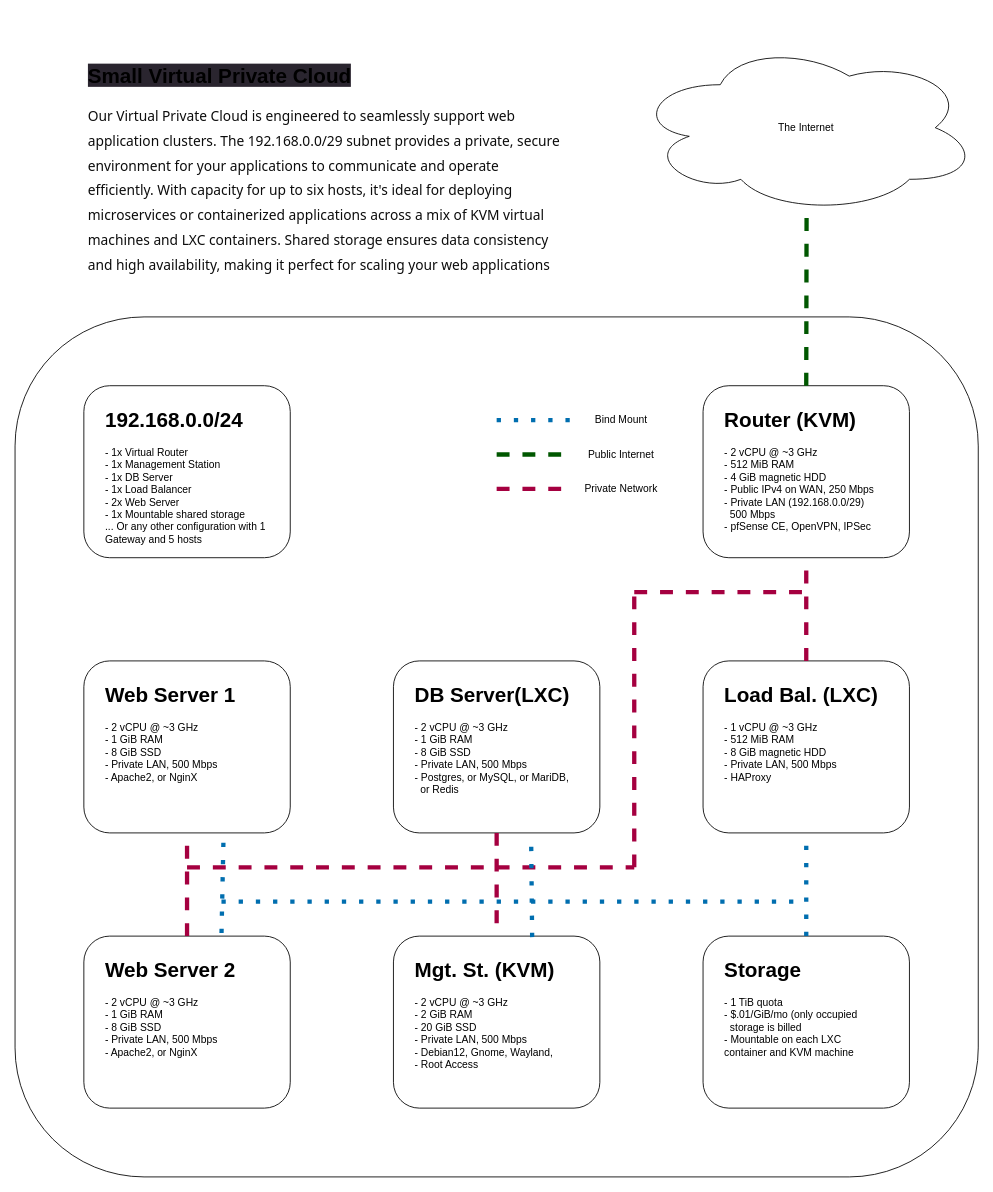
Before: SlashTwoNiner.drawio in tomcatcher/products, a draw.io diagram. Source tidied: cells renumbered, new cells numbered last; positions are measured from the earlier drawing's top-left corner, leaving out a move shared by most shapes. Both pictures are drawn from the tidied source at 86%, with x=0, y=0 at pixel (15, 41).
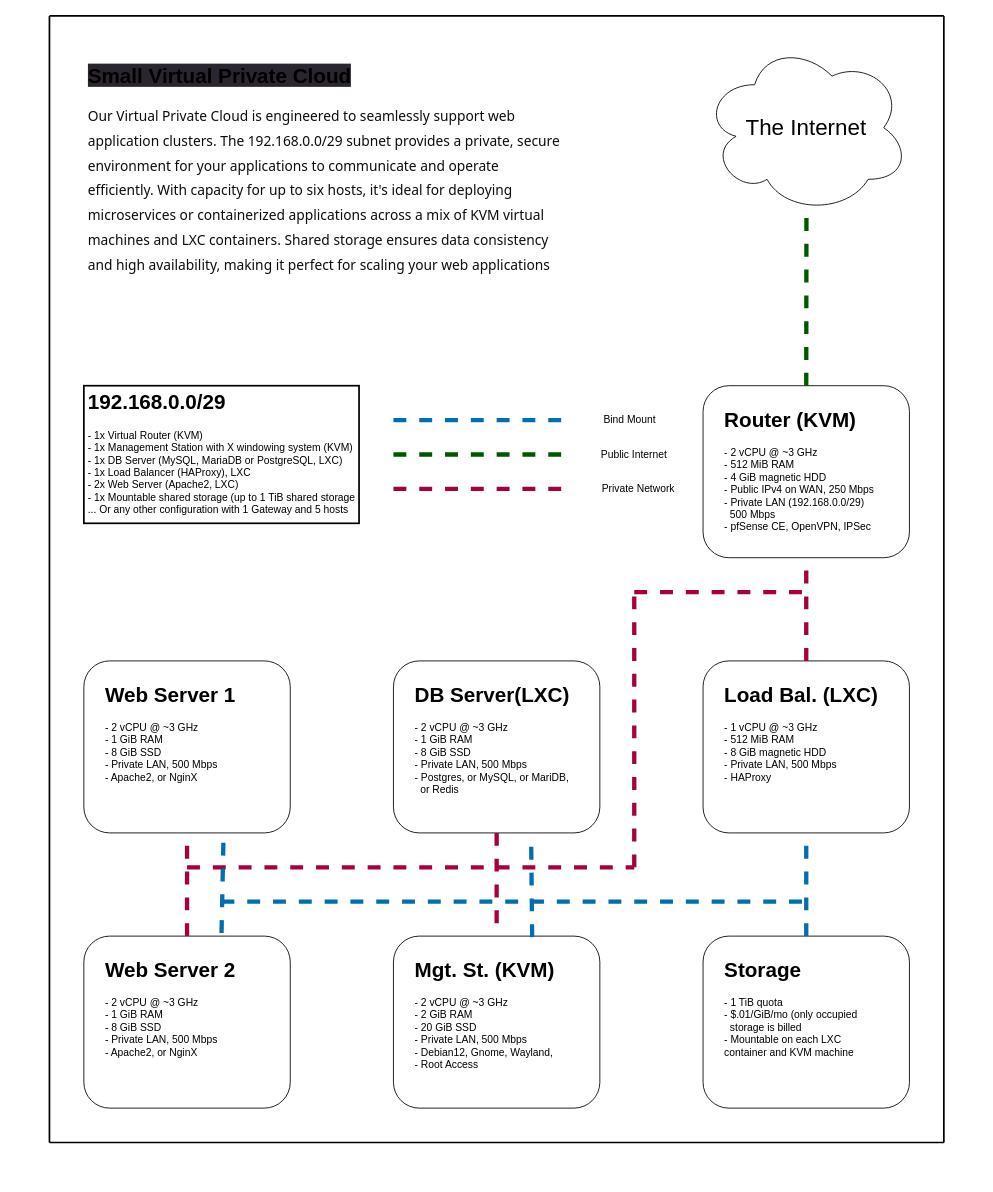
Above is the later version.

Unchanged cells that the change refers to:
```xml
<mxCell id="4" style="rounded=1;whiteSpace=wrap;html=1;" parent="1" vertex="1">
  <mxGeometry x="440" y="720" width="240" height="200" as="geometry" />
</mxCell>
<mxCell id="6" style="rounded=1;whiteSpace=wrap;html=1;" parent="1" vertex="1">
  <mxGeometry x="440" y="1040" width="240" height="200" as="geometry" />
</mxCell>
<mxCell id="8" style="rounded=1;whiteSpace=wrap;html=1;" parent="1" vertex="1">
  <mxGeometry x="80" y="1040" width="240" height="200" as="geometry" />
</mxCell>
<mxCell id="10" style="rounded=1;whiteSpace=wrap;html=1;" parent="1" vertex="1">
  <mxGeometry x="800" y="1040" width="240" height="200" as="geometry" />
</mxCell>
<mxCell id="12" style="rounded=1;whiteSpace=wrap;html=1;" parent="1" vertex="1">
  <mxGeometry x="80" y="720" width="240" height="200" as="geometry" />
</mxCell>
<mxCell id="14" style="rounded=1;whiteSpace=wrap;html=1;" parent="1" vertex="1">
  <mxGeometry x="800" y="720" width="240" height="200" as="geometry" />
</mxCell>
```

The edit, as a diff of the source:
```diff
@@
-    <mxCell id="2" style="rounded=1;whiteSpace=wrap;html=1;fillColor=none;" parent="1" vertex="1">
-      <mxGeometry y="320" width="1120" height="1000" as="geometry" />
-    </mxCell>
@@
-    <mxCell id="18" style="rounded=1;whiteSpace=wrap;html=1;" parent="1" vertex="1">
-      <mxGeometry x="80" y="400" width="240" height="200" as="geometry" />
-    </mxCell>
-    <mxCell id="19" value="&lt;h1&gt;192.168.0.0/24&lt;/h1&gt;&lt;p&gt;- 1x Virtual Router&lt;br&gt;- 1x Management Station&lt;br&gt;- 1x DB Server&lt;br&gt;- 1x Load Balancer&lt;br&gt;- 2x Web Server&lt;br&gt;- 1x Mountable shared storage&lt;br&gt;&lt;span style=&quot;background-color: initial;&quot;&gt;... Or any other configuration with 1 Gateway and 5 hosts&lt;/span&gt;&lt;/p&gt;" style="text;html=1;strokeColor=none;fillColor=none;spacing=5;spacingTop=-20;whiteSpace=wrap;overflow=hidden;rounded=0;" parent="1" vertex="1">
-      <mxGeometry x="100" y="420" width="200" height="170" as="geometry" />
+    <mxCell id="19" value="&lt;h1&gt;192.168.0.0/29&lt;/h1&gt;&lt;p&gt;- 1x Virtual Router (KVM)&lt;br&gt;- 1x Management Station with X windowing system (KVM)&lt;br&gt;- 1x DB Server (MySQL, MariaDB or PostgreSQL, LXC)&lt;br&gt;- 1x Load Balancer (HAProxy), LXC&lt;br&gt;- 2x Web Server (Apache2, LXC)&lt;br&gt;- 1x Mountable shared storage (up to 1 TiB shared storage&lt;br&gt;&lt;span style=&quot;background-color: initial;&quot;&gt;... Or any other configuration with 1 Gateway and 5 hosts&lt;br&gt;&lt;br&gt;&lt;br&gt;&lt;/span&gt;&lt;/p&gt;" style="text;html=1;strokeColor=default;fillColor=none;spacing=5;spacingTop=-20;whiteSpace=wrap;overflow=hidden;rounded=0;glass=0;shadow=0;strokeWidth=2;perimeterSpacing=0;labelPadding=0;noLabel=0;comic=0;" parent="1" vertex="1">
+      <mxGeometry x="80" y="400" width="320" height="160" as="geometry" />
     </mxCell>
-    <mxCell id="20" value="The Internet" style="ellipse;shape=cloud;whiteSpace=wrap;html=1;fillColor=none;" parent="1" vertex="1">
-      <mxGeometry x="720" width="400" height="200" as="geometry" />
+    <mxCell id="20" value="The Internet" style="ellipse;shape=cloud;whiteSpace=wrap;html=1;fillColor=none;fontSize=26;" parent="1" vertex="1">
+      <mxGeometry x="800" width="240" height="200" as="geometry" />
     </mxCell>
@@
-    <mxCell id="28" style="endArrow=none;dashed=1;html=1;dashPattern=1 3;strokeWidth=5;entryX=0.5;entryY=1;entryDx=0;entryDy=0;exitX=0.5;exitY=0;exitDx=0;exitDy=0;fillColor=#1ba1e2;strokeColor=#006EAF;" parent="1" edge="1" source="10" target="14">
+    <mxCell id="28" style="endArrow=none;dashed=1;html=1;strokeWidth=5;entryX=0.5;entryY=1;entryDx=0;entryDy=0;exitX=0.5;exitY=0;exitDx=0;exitDy=0;fillColor=#1ba1e2;strokeColor=#006EAF;" parent="1" edge="1" source="10" target="14">
       <mxGeometry relative="1" as="geometry" />
     </mxCell>
-    <mxCell id="29" style="endArrow=none;dashed=1;html=1;dashPattern=1 3;strokeWidth=5;fillColor=#1ba1e2;strokeColor=#006EAF;" parent="1" edge="1">
+    <mxCell id="29" style="endArrow=none;dashed=1;html=1;strokeWidth=5;fillColor=#1ba1e2;strokeColor=#006EAF;" parent="1" edge="1">
       <mxGeometry relative="1" as="geometry">
         <mxPoint x="240" y="1000" as="sourcePoint" />
         <mxPoint x="920" y="1000" as="targetPoint" />
       </mxGeometry>
     </mxCell>
-    <mxCell id="30" style="endArrow=none;dashed=1;html=1;dashPattern=1 3;strokeWidth=5;entryX=0.667;entryY=1.018;entryDx=0;entryDy=0;entryPerimeter=0;fillColor=#1ba1e2;strokeColor=#006EAF;exitX=0.672;exitY=0.006;exitDx=0;exitDy=0;exitPerimeter=0;" parent="1" edge="1" source="6" target="4">
+    <mxCell id="30" style="endArrow=none;dashed=1;html=1;strokeWidth=5;entryX=0.667;entryY=1.018;entryDx=0;entryDy=0;entryPerimeter=0;fillColor=#1ba1e2;strokeColor=#006EAF;exitX=0.672;exitY=0.006;exitDx=0;exitDy=0;exitPerimeter=0;" parent="1" edge="1" source="6" target="4">
       <mxGeometry relative="1" as="geometry" />
     </mxCell>
-    <mxCell id="31" style="endArrow=none;dashed=1;html=1;dashPattern=1 3;strokeWidth=5;exitX=0.667;exitY=-0.018;exitDx=0;exitDy=0;exitPerimeter=0;entryX=0.677;entryY=1.006;entryDx=0;entryDy=0;entryPerimeter=0;fillColor=#1ba1e2;strokeColor=#006EAF;" parent="1" edge="1" source="8" target="12">
+    <mxCell id="31" style="endArrow=none;dashed=1;html=1;strokeWidth=5;exitX=0.667;exitY=-0.018;exitDx=0;exitDy=0;exitPerimeter=0;entryX=0.677;entryY=1.006;entryDx=0;entryDy=0;entryPerimeter=0;fillColor=#1ba1e2;strokeColor=#006EAF;" parent="1" edge="1" source="8" target="12">
       <mxGeometry relative="1" as="geometry" />
     </mxCell>
-    <mxCell id="32" style="endArrow=none;dashed=1;html=1;fillColor=#d80073;strokeColor=#A50040;strokeWidth=5;" parent="1" edge="1" target="34">
+    <mxCell id="32" style="endArrow=none;dashed=1;html=1;fillColor=#d80073;strokeColor=#A50040;strokeWidth=5;" parent="1" edge="1">
       <mxGeometry relative="1" as="geometry">
-        <mxPoint x="560" y="520" as="sourcePoint" />
+        <mxPoint x="440" y="520" as="sourcePoint" />
+        <mxPoint x="640" y="520" as="targetPoint" />
       </mxGeometry>
     </mxCell>
-    <mxCell id="33" style="endArrow=none;dashed=1;html=1;fillColor=#008a00;strokeColor=#005700;strokeWidth=5;" parent="1" edge="1" target="35">
+    <mxCell id="33" style="endArrow=none;dashed=1;html=1;fillColor=#008a00;strokeColor=#005700;strokeWidth=5;" parent="1" edge="1">
       <mxGeometry relative="1" as="geometry">
-        <mxPoint x="560" y="480" as="sourcePoint" />
+        <mxPoint x="440" y="480" as="sourcePoint" />
+        <mxPoint x="640" y="480" as="targetPoint" />
       </mxGeometry>
     </mxCell>
     <mxCell id="34" value="Private Network" style="text;html=1;strokeColor=none;fillColor=none;align=center;verticalAlign=middle;whiteSpace=wrap;rounded=0;" parent="1" vertex="1">
-      <mxGeometry x="650" y="505" width="110" height="30" as="geometry" />
+      <mxGeometry x="680" y="510" width="90" height="20" as="geometry" />
     </mxCell>
     <mxCell id="35" value="Public Internet" style="text;html=1;strokeColor=none;fillColor=none;align=center;verticalAlign=middle;whiteSpace=wrap;rounded=0;" parent="1" vertex="1">
-      <mxGeometry x="650" y="465" width="110" height="30" as="geometry" />
+      <mxGeometry x="680" y="470" width="80" height="20" as="geometry" />
     </mxCell>
     <mxCell id="36" value="Bind Mount" style="text;html=1;strokeColor=none;fillColor=none;align=center;verticalAlign=middle;whiteSpace=wrap;rounded=0;" parent="1" vertex="1">
-      <mxGeometry x="650" y="425" width="110" height="30" as="geometry" />
+      <mxGeometry x="680" y="430" width="70" height="20" as="geometry" />
     </mxCell>
-    <mxCell id="37" style="endArrow=none;dashed=1;html=1;dashPattern=1 3;strokeWidth=5;entryX=0.5;entryY=1;entryDx=0;entryDy=0;fillColor=#1ba1e2;strokeColor=#006EAF;" parent="1" edge="1">
+    <mxCell id="37" style="endArrow=none;dashed=1;html=1;strokeWidth=5;fillColor=#1ba1e2;strokeColor=#006EAF;" parent="1" edge="1">
       <mxGeometry relative="1" as="geometry">
-        <mxPoint x="560" y="440" as="sourcePoint" />
-        <mxPoint x="649.7" y="440" as="targetPoint" />
+        <mxPoint x="440" y="440" as="sourcePoint" />
+        <mxPoint x="640" y="440" as="targetPoint" />
       </mxGeometry>
     </mxCell>
+    <mxCell id="38" style="endArrow=none;html=1;strokeWidth=2;" parent="1" edge="1">
+      <mxGeometry relative="1" as="geometry">
+        <mxPoint x="40" y="-30" as="sourcePoint" />
+        <mxPoint x="1080" y="-30" as="targetPoint" />
+      </mxGeometry>
+    </mxCell>
+    <mxCell id="39" style="endArrow=none;html=1;strokeWidth=2;" parent="1" edge="1">
+      <mxGeometry relative="1" as="geometry">
+        <mxPoint x="40" y="1280" as="sourcePoint" />
+        <mxPoint x="40" y="-30" as="targetPoint" />
+      </mxGeometry>
+    </mxCell>
+    <mxCell id="40" style="endArrow=none;html=1;strokeWidth=2;" parent="1" edge="1">
+      <mxGeometry relative="1" as="geometry">
+        <mxPoint x="1080" y="1280" as="sourcePoint" />
+        <mxPoint x="1080" y="-30" as="targetPoint" />
+      </mxGeometry>
+    </mxCell>
+    <mxCell id="41" style="endArrow=none;html=1;strokeWidth=2;" parent="1" edge="1">
+      <mxGeometry relative="1" as="geometry">
+        <mxPoint x="40" y="1280" as="sourcePoint" />
+        <mxPoint x="1080" y="1280" as="targetPoint" />
+      </mxGeometry>
+    </mxCell>
```
